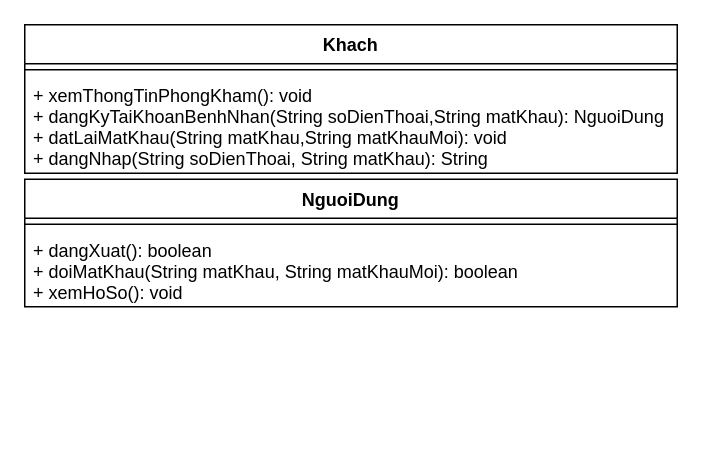
Above: page "Class" (2 of 3) of designs/luc.drawio in luclegen/medicine16 (draw.io), before the change. Source tidied: cells renumbered, new cells numbered last; positions are measured from the earlier drawing's top-left corner, leaving out a move shared by most shapes. Both pictures are drawn from the tidied source at 150%, with x=0, y=0 at pixel (24, 24).
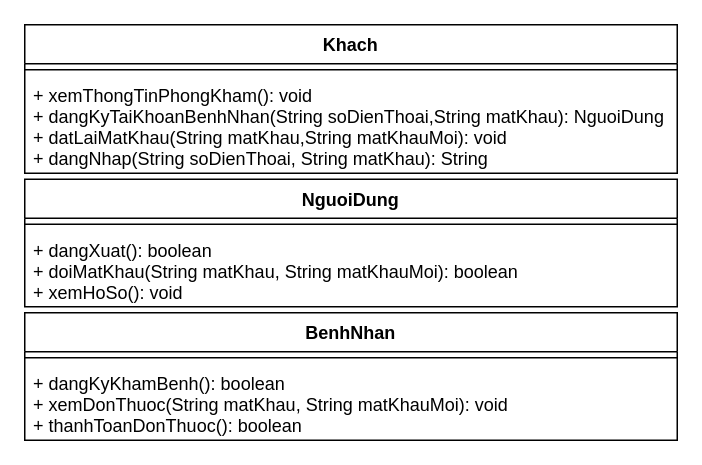
After the change.

Diff of the diagram source:
```diff
@@
 <mxGraphModel>
   <root>
     <mxCell id="0" />
     <mxCell id="1" parent="0" />
     <mxCell id="2" value="Khach" style="swimlane;fontStyle=1;align=center;verticalAlign=top;horizontal=1;startSize=26;" parent="1" vertex="1">
       <mxGeometry width="435" height="99" as="geometry" />
     </mxCell>
     <mxCell id="3" style="line;strokeWidth=1;fillColor=none;align=left;verticalAlign=middle;spacingTop=-1;spacingLeft=3;spacingRight=3;labelPosition=right;" parent="2" vertex="1">
       <mxGeometry y="26" width="435" height="8" as="geometry" />
     </mxCell>
     <mxCell id="4" value="+ xemThongTinPhongKham(): void&#10;+ dangKyTaiKhoanBenhNhan(String soDienThoai,String matKhau): NguoiDung&#10;+ datLaiMatKhau(String matKhau,String matKhauMoi): void&#10;+ dangNhap(String soDienThoai, String matKhau): String" style="text;strokeColor=none;fillColor=none;align=left;verticalAlign=top;spacingLeft=4;spacingRight=4;overflow=hidden;" parent="2" vertex="1">
       <mxGeometry y="34" width="435" height="65" as="geometry" />
     </mxCell>
     <mxCell id="5" value="NguoiDung" style="swimlane;fontStyle=1;align=center;verticalAlign=top;horizontal=1;startSize=26;" parent="1" vertex="1">
       <mxGeometry y="103" width="435" height="85" as="geometry" />
     </mxCell>
     <mxCell id="6" style="line;strokeWidth=1;fillColor=none;align=left;verticalAlign=middle;spacingTop=-1;spacingLeft=3;spacingRight=3;labelPosition=right;" parent="5" vertex="1">
       <mxGeometry y="26" width="435" height="8" as="geometry" />
     </mxCell>
     <mxCell id="7" value="+ dangXuat(): boolean&#10;+ doiMatKhau(String matKhau, String matKhauMoi): boolean&#10;+ xemHoSo(): void" style="text;strokeColor=none;fillColor=none;align=left;verticalAlign=top;spacingLeft=4;spacingRight=4;overflow=hidden;" parent="5" vertex="1">
       <mxGeometry y="34" width="435" height="51" as="geometry" />
     </mxCell>
+    <mxCell id="8" value="BenhNhan" style="swimlane;fontStyle=1;align=center;verticalAlign=top;horizontal=1;startSize=26;" parent="1" vertex="1">
+      <mxGeometry y="192" width="435" height="85" as="geometry" />
+    </mxCell>
+    <mxCell id="9" style="line;strokeWidth=1;fillColor=none;align=left;verticalAlign=middle;spacingTop=-1;spacingLeft=3;spacingRight=3;labelPosition=right;" parent="8" vertex="1">
+      <mxGeometry y="26" width="435" height="8" as="geometry" />
+    </mxCell>
+    <mxCell id="10" value="+ dangKyKhamBenh(): boolean&#10;+ xemDonThuoc(String matKhau, String matKhauMoi): void&#10;+ thanhToanDonThuoc(): boolean" style="text;strokeColor=none;fillColor=none;align=left;verticalAlign=top;spacingLeft=4;spacingRight=4;overflow=hidden;" parent="8" vertex="1">
+      <mxGeometry y="34" width="435" height="51" as="geometry" />
+    </mxCell>
   </root>
 </mxGraphModel>
```
